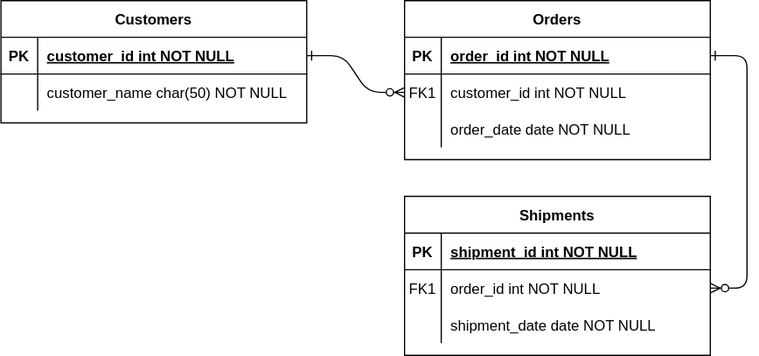
Before: erd 다이어그램.drawio.svg, a diagram exported from draw.io (Third-tool/third-tool-backend). Source tidied: cells renumbered, new cells last; positions are measured from the earlier drawing's top-left corner, leaving out a move shared by most shapes.
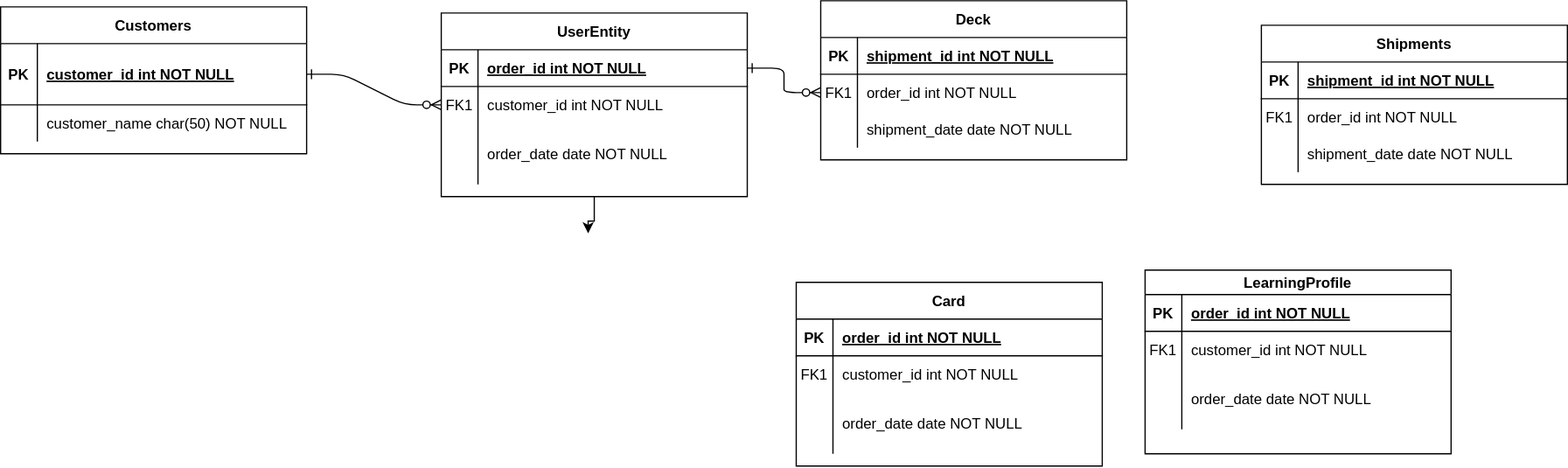
After the commit.

Commit message:
erd 다이어그램.drawio.svg 업데이트

Change to the diagram source:
```diff
@@ -8,8 +8,13 @@
     <mxCell id="3" style="edgeStyle=entityRelationEdgeStyle;endArrow=ERzeroToMany;startArrow=ERone;endFill=1;startFill=0;" parent="1" edge="1" source="5" target="18">
       <mxGeometry relative="1" as="geometry" />
     </mxCell>
+    <mxCell id="31" style="edgeStyle=orthogonalEdgeStyle;rounded=0;jettySize=auto;html=1;" parent="1" edge="1" source="4">
+      <mxGeometry relative="1" as="geometry">
+        <mxPoint x="450" y="180" as="targetPoint" />
+      </mxGeometry>
+    </mxCell>
-    <mxCell id="4" value="Orders" style="shape=table;startSize=30;rowLines=0;fontStyle=1;align=center;" parent="1" vertex="1">
-      <mxGeometry x="330" width="250" height="130" as="geometry" />
+    <mxCell id="4" value="UserEntity" style="shape=table;startSize=30;rowLines=0;fontStyle=1;align=center;" parent="1" vertex="1">
+      <mxGeometry x="330" width="250" height="150" as="geometry" />
     </mxCell>
     <mxCell id="5" style="shape=partialRectangle;fillColor=none;points=[[0,0.5],[1,0.5]];portConstraint=eastwest;top=0;left=0;right=0;bottom=1;" parent="4" vertex="1">
       <mxGeometry y="30" width="250" height="30" as="geometry" />
@@ -30,16 +35,16 @@
       <mxGeometry x="30" width="220" height="30" as="geometry" />
     </mxCell>
     <mxCell id="11" style="shape=partialRectangle;fillColor=none;top=0;left=0;right=0;bottom=0;" parent="4" vertex="1">
-      <mxGeometry y="90" width="250" height="30" as="geometry" />
+      <mxGeometry y="90" width="250" height="50" as="geometry" />
     </mxCell>
     <mxCell id="12" style="shape=partialRectangle;overflow=hidden;fillColor=none;top=0;left=0;bottom=0;right=0;" parent="11" vertex="1">
-      <mxGeometry width="30" height="30" as="geometry" />
+      <mxGeometry width="30" height="50" as="geometry" />
     </mxCell>
     <mxCell id="13" value="order_date date NOT NULL" style="shape=partialRectangle;overflow=hidden;fillColor=none;top=0;left=0;bottom=0;right=0;align=left;spacingLeft=6;" parent="11" vertex="1">
-      <mxGeometry x="30" width="220" height="30" as="geometry" />
+      <mxGeometry x="30" width="220" height="50" as="geometry" />
     </mxCell>
-    <mxCell id="14" value="Shipments" style="shape=table;startSize=30;rowLines=0;fontStyle=1;align=center;" parent="1" vertex="1">
-      <mxGeometry x="330" y="160" width="250" height="130" as="geometry" />
+    <mxCell id="14" value="Deck" style="shape=table;startSize=30;rowLines=0;fontStyle=1;align=center;" parent="1" vertex="1">
+      <mxGeometry x="640" y="-10" width="250" height="130" as="geometry" />
     </mxCell>
     <mxCell id="15" style="shape=partialRectangle;fillColor=none;top=0;left=0;right=0;bottom=1;" parent="14" vertex="1">
       <mxGeometry y="30" width="250" height="30" as="geometry" />
@@ -69,19 +74,19 @@
       <mxGeometry x="30" width="220" height="30" as="geometry" />
     </mxCell>
     <mxCell id="24" value="Customers" style="shape=table;startSize=30;rowLines=0;fontStyle=1;align=center;" parent="1" vertex="1">
-      <mxGeometry width="250" height="100" as="geometry" />
+      <mxGeometry x="-30" y="-5" width="250" height="120" as="geometry" />
     </mxCell>
     <mxCell id="25" style="shape=partialRectangle;fillColor=none;points=[[0,0.5],[1,0.5]];portConstraint=eastwest;top=0;left=0;right=0;bottom=1;" parent="24" vertex="1">
-      <mxGeometry y="30" width="250" height="30" as="geometry" />
+      <mxGeometry y="30" width="250" height="50" as="geometry" />
     </mxCell>
     <mxCell id="26" value="PK" style="shape=partialRectangle;overflow=hidden;fillColor=none;top=0;left=0;bottom=0;right=0;fontStyle=1;" parent="25" vertex="1">
-      <mxGeometry width="30" height="30" as="geometry" />
+      <mxGeometry width="30" height="50" as="geometry" />
     </mxCell>
     <mxCell id="27" value="customer_id int NOT NULL " style="shape=partialRectangle;overflow=hidden;fillColor=none;top=0;left=0;bottom=0;right=0;align=left;spacingLeft=6;fontStyle=5;" parent="25" vertex="1">
-      <mxGeometry x="30" width="220" height="30" as="geometry" />
+      <mxGeometry x="30" width="220" height="50" as="geometry" />
     </mxCell>
     <mxCell id="28" style="shape=partialRectangle;fillColor=none;top=0;left=0;right=0;bottom=0;" parent="24" vertex="1">
-      <mxGeometry y="60" width="250" height="30" as="geometry" />
+      <mxGeometry y="80" width="250" height="30" as="geometry" />
     </mxCell>
     <mxCell id="29" style="shape=partialRectangle;overflow=hidden;fillColor=none;top=0;left=0;bottom=0;right=0;" parent="28" vertex="1">
       <mxGeometry width="30" height="30" as="geometry" />
@@ -89,5 +94,95 @@
     <mxCell id="30" value="customer_name char(50) NOT NULL" style="shape=partialRectangle;overflow=hidden;fillColor=none;top=0;left=0;bottom=0;right=0;align=left;spacingLeft=6;" parent="28" vertex="1">
       <mxGeometry x="30" width="220" height="30" as="geometry" />
     </mxCell>
+    <mxCell id="32" value="LearningProfile" style="shape=table;startSize=20;rowLines=0;fontStyle=1;align=center;" parent="1" vertex="1">
+      <mxGeometry x="905" y="210" width="250" height="150" as="geometry" />
+    </mxCell>
+    <mxCell id="33" style="shape=partialRectangle;fillColor=none;top=0;left=0;right=0;bottom=1;" parent="32" vertex="1">
+      <mxGeometry y="20" width="250" height="30" as="geometry" />
+    </mxCell>
+    <mxCell id="34" value="PK" style="shape=partialRectangle;overflow=hidden;fillColor=none;top=0;left=0;bottom=0;right=0;fontStyle=1;" parent="33" vertex="1">
+      <mxGeometry width="30" height="30" as="geometry" />
+    </mxCell>
+    <mxCell id="35" value="order_id int NOT NULL " style="shape=partialRectangle;overflow=hidden;fillColor=none;top=0;left=0;bottom=0;right=0;align=left;spacingLeft=6;fontStyle=5;" parent="33" vertex="1">
+      <mxGeometry x="30" width="220" height="30" as="geometry" />
+    </mxCell>
+    <mxCell id="36" style="shape=partialRectangle;fillColor=none;top=0;left=0;right=0;bottom=0;" parent="32" vertex="1">
+      <mxGeometry y="50" width="250" height="30" as="geometry" />
+    </mxCell>
+    <mxCell id="37" value="FK1" style="shape=partialRectangle;overflow=hidden;fillColor=none;top=0;left=0;bottom=0;right=0;" parent="36" vertex="1">
+      <mxGeometry width="30" height="30" as="geometry" />
+    </mxCell>
+    <mxCell id="38" value="customer_id int NOT NULL" style="shape=partialRectangle;overflow=hidden;fillColor=none;top=0;left=0;bottom=0;right=0;align=left;spacingLeft=6;" parent="36" vertex="1">
+      <mxGeometry x="30" width="220" height="30" as="geometry" />
+    </mxCell>
+    <mxCell id="39" style="shape=partialRectangle;fillColor=none;top=0;left=0;right=0;bottom=0;" parent="32" vertex="1">
+      <mxGeometry y="80" width="250" height="50" as="geometry" />
+    </mxCell>
+    <mxCell id="40" style="shape=partialRectangle;overflow=hidden;fillColor=none;top=0;left=0;bottom=0;right=0;" parent="39" vertex="1">
+      <mxGeometry width="30" height="50" as="geometry" />
+    </mxCell>
+    <mxCell id="41" value="order_date date NOT NULL" style="shape=partialRectangle;overflow=hidden;fillColor=none;top=0;left=0;bottom=0;right=0;align=left;spacingLeft=6;" parent="39" vertex="1">
+      <mxGeometry x="30" width="220" height="50" as="geometry" />
+    </mxCell>
+    <mxCell id="42" value="Card" style="shape=table;startSize=30;rowLines=0;fontStyle=1;align=center;" parent="1" vertex="1">
+      <mxGeometry x="620" y="220" width="250" height="150" as="geometry" />
+    </mxCell>
+    <mxCell id="43" style="shape=partialRectangle;fillColor=none;top=0;left=0;right=0;bottom=1;" parent="42" vertex="1">
+      <mxGeometry y="30" width="250" height="30" as="geometry" />
+    </mxCell>
+    <mxCell id="44" value="PK" style="shape=partialRectangle;overflow=hidden;fillColor=none;top=0;left=0;bottom=0;right=0;fontStyle=1;" parent="43" vertex="1">
+      <mxGeometry width="30" height="30" as="geometry" />
+    </mxCell>
+    <mxCell id="45" value="order_id int NOT NULL " style="shape=partialRectangle;overflow=hidden;fillColor=none;top=0;left=0;bottom=0;right=0;align=left;spacingLeft=6;fontStyle=5;" parent="43" vertex="1">
+      <mxGeometry x="30" width="220" height="30" as="geometry" />
+    </mxCell>
+    <mxCell id="46" style="shape=partialRectangle;fillColor=none;top=0;left=0;right=0;bottom=0;" parent="42" vertex="1">
+      <mxGeometry y="60" width="250" height="30" as="geometry" />
+    </mxCell>
+    <mxCell id="47" value="FK1" style="shape=partialRectangle;overflow=hidden;fillColor=none;top=0;left=0;bottom=0;right=0;" parent="46" vertex="1">
+      <mxGeometry width="30" height="30" as="geometry" />
+    </mxCell>
+    <mxCell id="48" value="customer_id int NOT NULL" style="shape=partialRectangle;overflow=hidden;fillColor=none;top=0;left=0;bottom=0;right=0;align=left;spacingLeft=6;" parent="46" vertex="1">
+      <mxGeometry x="30" width="220" height="30" as="geometry" />
+    </mxCell>
+    <mxCell id="49" style="shape=partialRectangle;fillColor=none;top=0;left=0;right=0;bottom=0;" parent="42" vertex="1">
+      <mxGeometry y="90" width="250" height="50" as="geometry" />
+    </mxCell>
+    <mxCell id="50" style="shape=partialRectangle;overflow=hidden;fillColor=none;top=0;left=0;bottom=0;right=0;" parent="49" vertex="1">
+      <mxGeometry width="30" height="50" as="geometry" />
+    </mxCell>
+    <mxCell id="51" value="order_date date NOT NULL" style="shape=partialRectangle;overflow=hidden;fillColor=none;top=0;left=0;bottom=0;right=0;align=left;spacingLeft=6;" parent="49" vertex="1">
+      <mxGeometry x="30" width="220" height="50" as="geometry" />
+    </mxCell>
+    <mxCell id="52" value="Shipments" style="shape=table;startSize=30;rowLines=0;fontStyle=1;align=center;" parent="1" vertex="1">
+      <mxGeometry x="1000" y="10" width="250" height="130" as="geometry" />
+    </mxCell>
+    <mxCell id="53" style="shape=partialRectangle;fillColor=none;top=0;left=0;right=0;bottom=1;" parent="52" vertex="1">
+      <mxGeometry y="30" width="250" height="30" as="geometry" />
+    </mxCell>
+    <mxCell id="54" value="PK" style="shape=partialRectangle;overflow=hidden;fillColor=none;top=0;left=0;bottom=0;right=0;fontStyle=1;" parent="53" vertex="1">
+      <mxGeometry width="30" height="30" as="geometry" />
+    </mxCell>
+    <mxCell id="55" value="shipment_id int NOT NULL " style="shape=partialRectangle;overflow=hidden;fillColor=none;top=0;left=0;bottom=0;right=0;align=left;spacingLeft=6;fontStyle=5;" parent="53" vertex="1">
+      <mxGeometry x="30" width="220" height="30" as="geometry" />
+    </mxCell>
+    <mxCell id="56" style="shape=partialRectangle;fillColor=none;top=0;left=0;right=0;bottom=0;" parent="52" vertex="1">
+      <mxGeometry y="60" width="250" height="30" as="geometry" />
+    </mxCell>
+    <mxCell id="57" value="FK1" style="shape=partialRectangle;overflow=hidden;fillColor=none;top=0;left=0;bottom=0;right=0;" parent="56" vertex="1">
+      <mxGeometry width="30" height="30" as="geometry" />
+    </mxCell>
+    <mxCell id="58" value="order_id int NOT NULL" style="shape=partialRectangle;overflow=hidden;fillColor=none;top=0;left=0;bottom=0;right=0;align=left;spacingLeft=6;" parent="56" vertex="1">
+      <mxGeometry x="30" width="220" height="30" as="geometry" />
+    </mxCell>
+    <mxCell id="59" style="shape=partialRectangle;fillColor=none;top=0;left=0;right=0;bottom=0;" parent="52" vertex="1">
+      <mxGeometry y="90" width="250" height="30" as="geometry" />
+    </mxCell>
+    <mxCell id="60" style="shape=partialRectangle;overflow=hidden;fillColor=none;top=0;left=0;bottom=0;right=0;" parent="59" vertex="1">
+      <mxGeometry width="30" height="30" as="geometry" />
+    </mxCell>
+    <mxCell id="61" value="shipment_date date NOT NULL" style="shape=partialRectangle;overflow=hidden;fillColor=none;top=0;left=0;bottom=0;right=0;align=left;spacingLeft=6;" parent="59" vertex="1">
+      <mxGeometry x="30" width="220" height="30" as="geometry" />
+    </mxCell>
   </root>
 </mxGraphModel>
```
